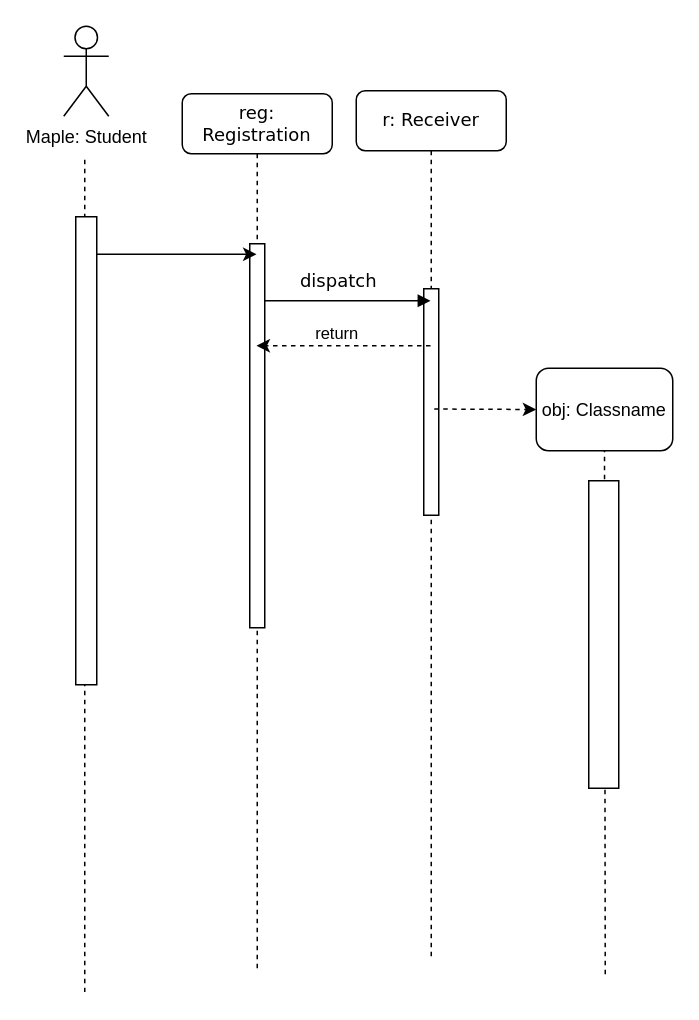
Cuber-Feng/CityU-CS3342 keeps this draw.io diagram as Sequence Diagram.drawio. Above is the earlier version. Source tidied: cells renumbered, new cells numbered last; positions are measured from the earlier drawing's top-left corner, leaving out a move shared by most shapes. Both pictures are drawn from the tidied source at 150%, with x=0, y=0 at pixel (63, 26).
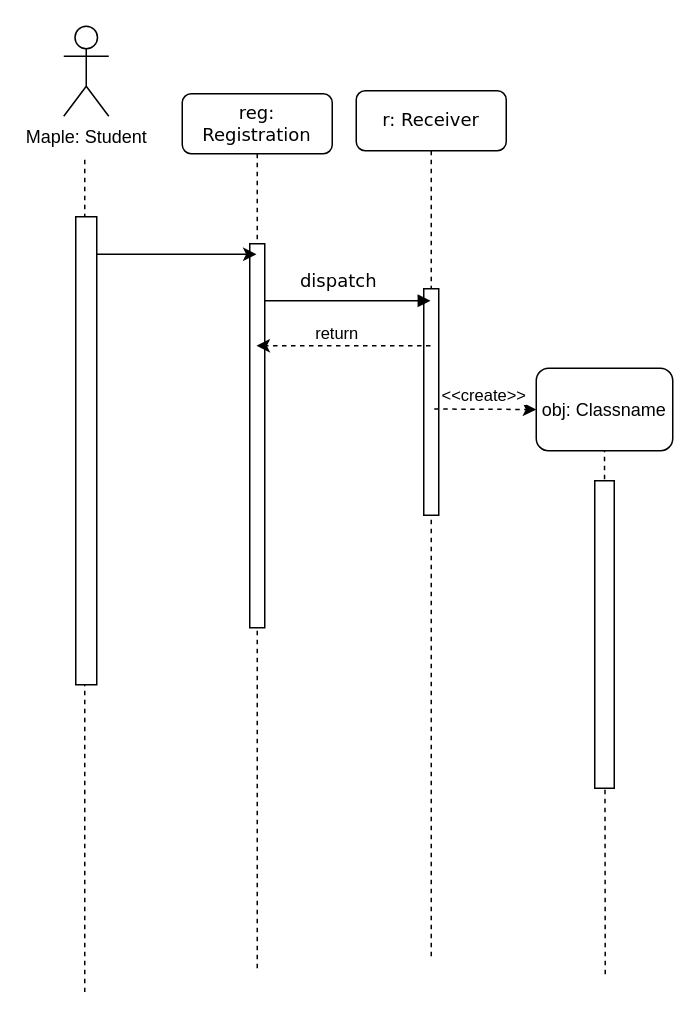
After the change.

The change refers to these unchanged cells:
```xml
<mxCell id="14" style="endArrow=classic;html=1;rounded=0;entryX=0;entryY=0.5;entryDx=0;entryDy=0;exitX=0.7;exitY=0.531;exitDx=0;exitDy=0;exitPerimeter=0;dashed=1;" parent="1" edge="1" source="3" target="13">
  <mxGeometry relative="1" as="geometry" />
</mxCell>
```

What changed in the source:
```diff
@@
+    <mxCell id="17" value="&amp;lt;&amp;lt;create&amp;gt;&amp;gt;" style="edgeLabel;html=1;align=center;verticalAlign=middle;" parent="14" vertex="1">
+      <mxGeometry x="-0.02" y="4" relative="1" as="geometry">
+        <mxPoint x="-1" y="-6" as="offset" />
+      </mxGeometry>
+    </mxCell>
@@
     <mxCell id="16" style="rounded=0;whiteSpace=wrap;html=1;" parent="1" vertex="1">
-      <mxGeometry x="350" y="303" width="20" height="205" as="geometry" />
+      <mxGeometry x="354" y="303" width="13" height="205" as="geometry" />
     </mxCell>
```
